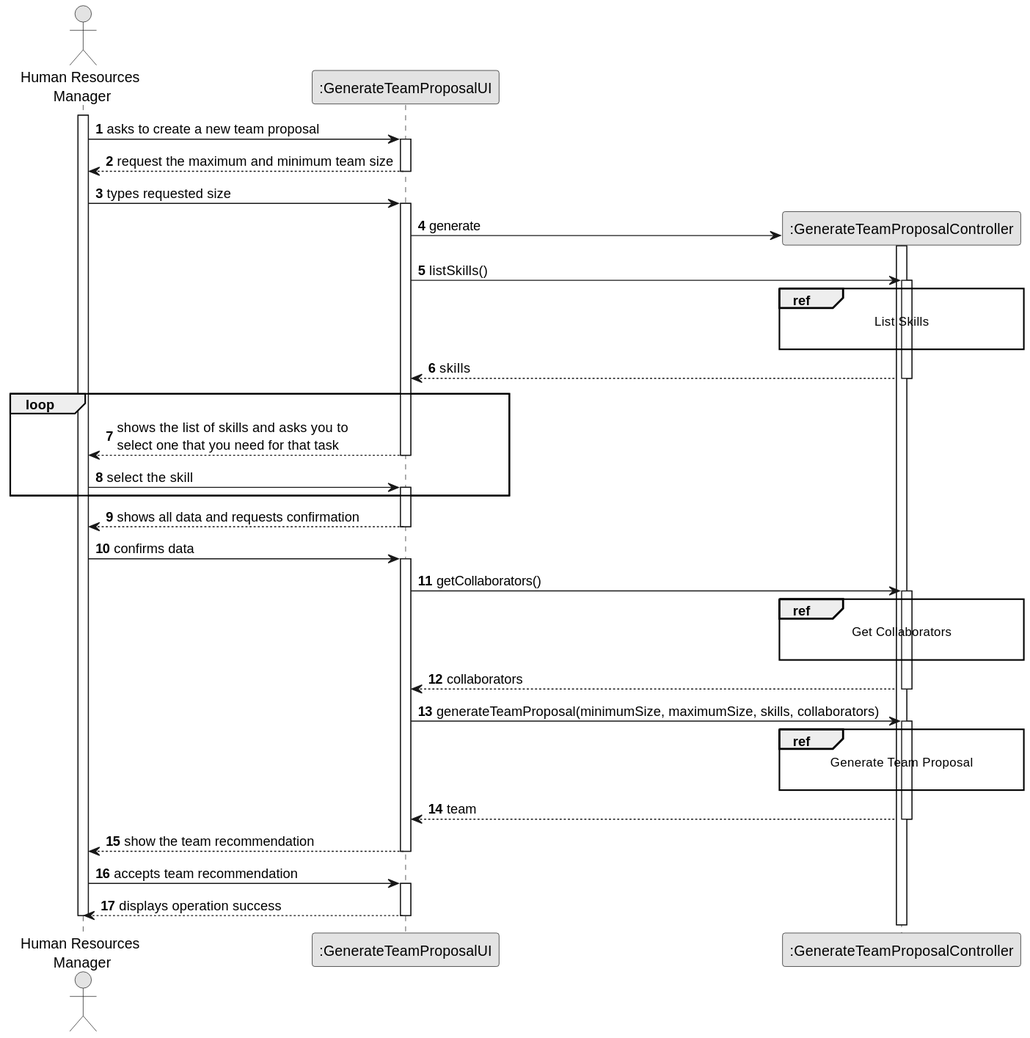
This is docs/sprintB/us005/03.design/svg/us005-sequence-diagram-split.svg from diogoveirospro/lei-24-s2-1dg-g072, a PlantUML export, as it was before one commit.
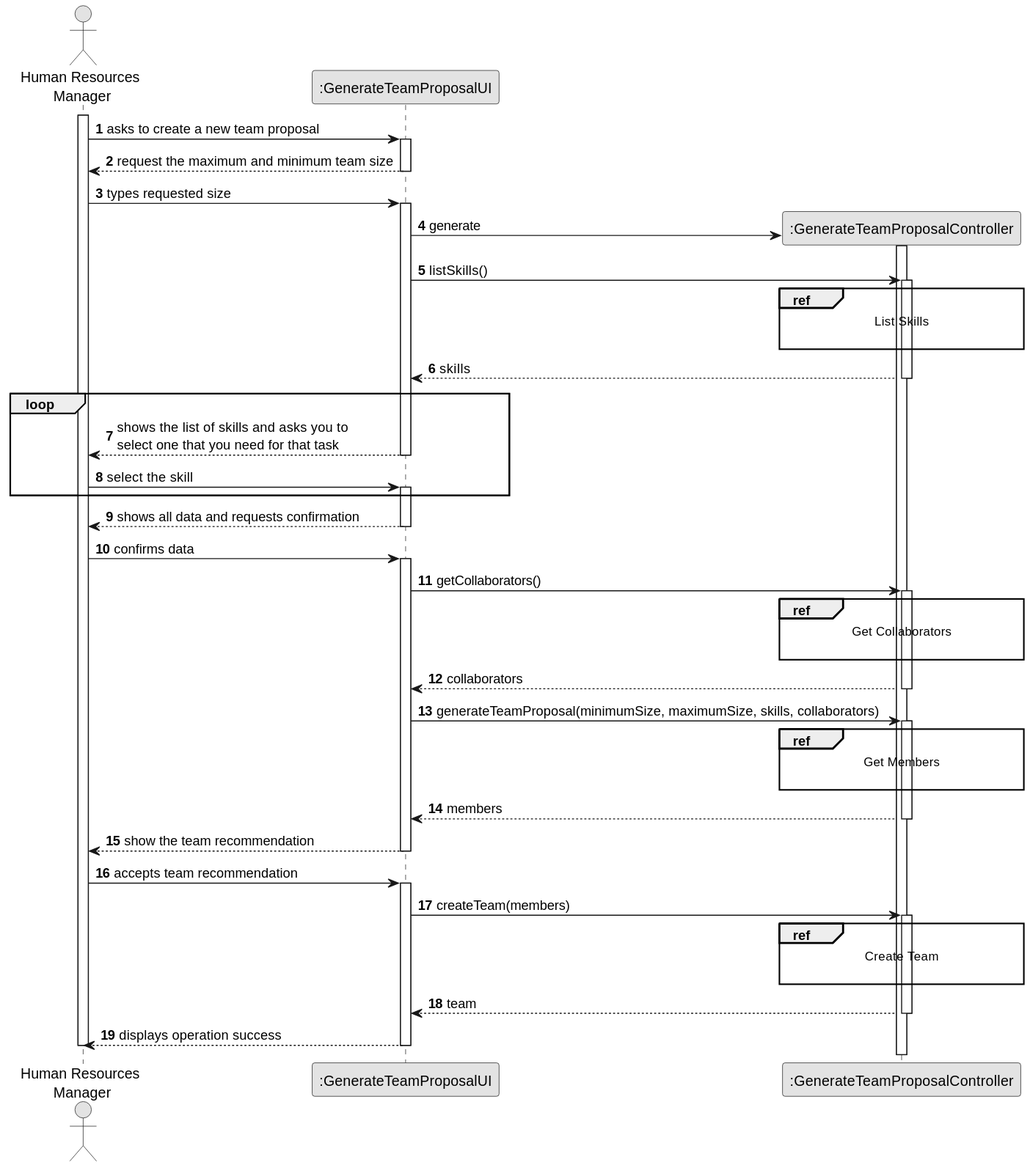
The same file after the commit.

What changed in the source:
```diff
@@ -64,19 +64,30 @@
         activate CTRL
 
             ref over CTRL
-                Generate Team Proposal
+                Get Members
+
+            end
+
+            CTRL --> UI: members
+        deactivate CTRL
+
+    UI --> HRM: show the team recommendation
+    deactivate UI
+
+    HRM -> UI: accepts team recommendation
+    activate UI
+
+        UI -> CTRL: createTeam(members)
+        activate CTRL
+
+            ref over CTRL
+                Create Team
 
             end
 
             CTRL --> UI: team
         deactivate CTRL
 
-        UI --> HRM: show the team recommendation
-    deactivate UI
-
-    HRM -> UI: accepts team recommendation
-    activate UI
-
         UI --> HRM: displays operation success
     deactivate UI
 
```
